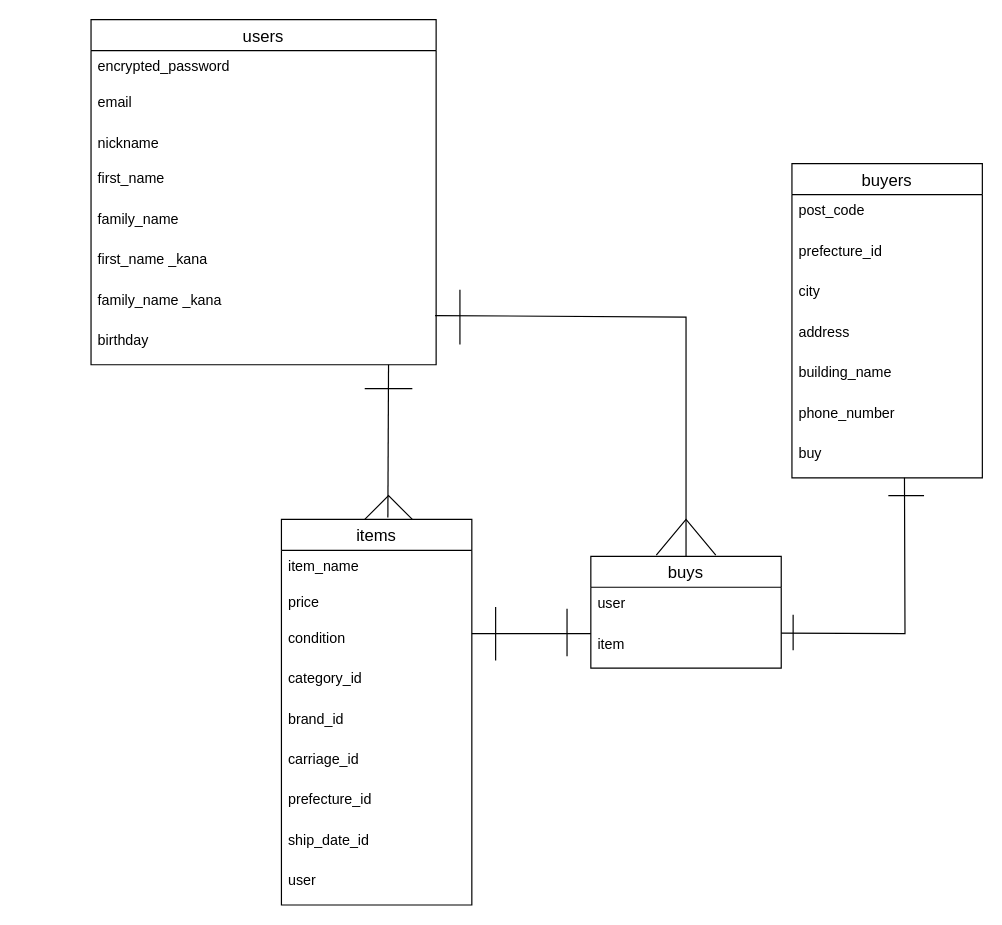
Before: page "ページ1" (1 of 2) of furima.dio in Ishibashi-naoki1/furima-35187, a draw.io diagram. Source tidied: cells renumbered, new cells numbered last; positions are measured from the earlier drawing's top-left corner, leaving out a move shared by most shapes. Both pictures are drawn from the tidied source at 119%, with x=0, y=0 at pixel (90, 19).
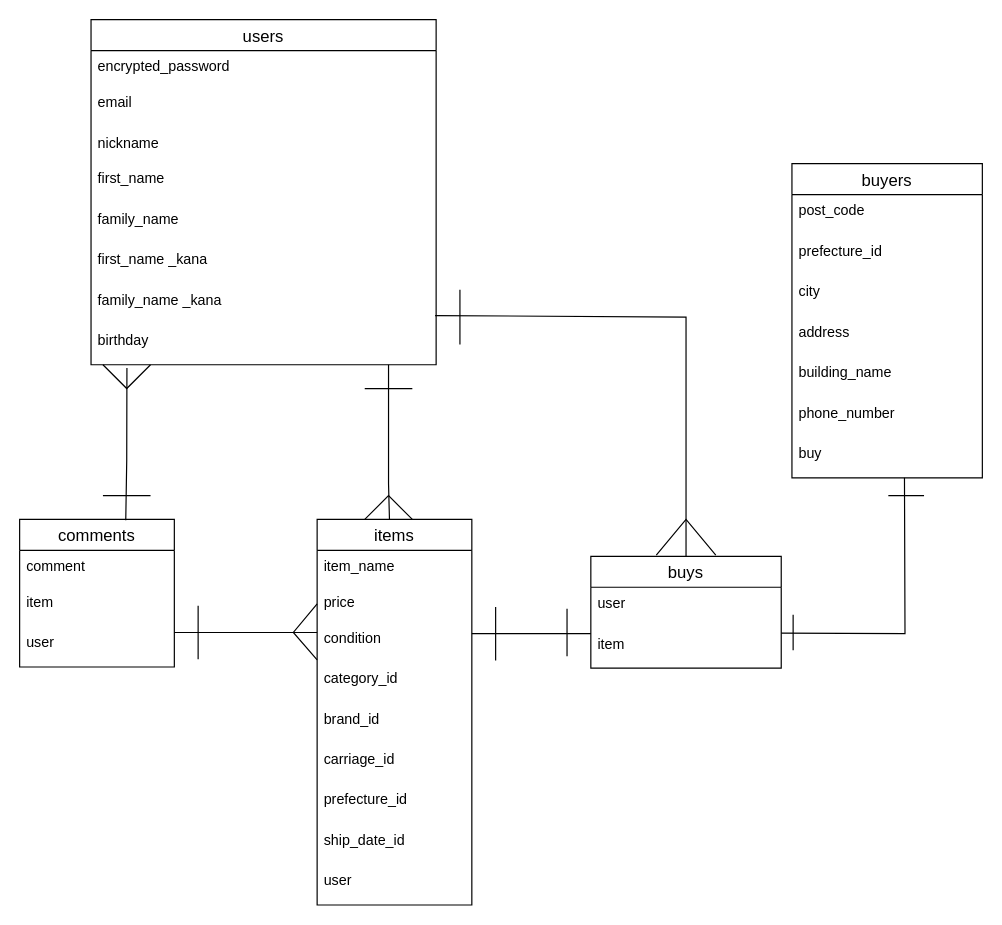
The same diagram, later.

Unchanged cells that the change refers to:
```xml
<mxCell id="10" value="birthday" style="text;strokeColor=none;fillColor=none;spacingLeft=4;spacingRight=4;overflow=hidden;points=[[0,0.5],[1,0.5]];portConstraint=eastwest;fontSize=12;" parent="2" vertex="1">
  <mxGeometry y="256" width="290" height="34" as="geometry" />
</mxCell>
```

The edit, as a diff of the source:
```diff
@@
     <mxCell id="12" value="items" style="swimlane;fontStyle=0;horizontal=1;startSize=26;align=center;fontSize=14;" parent="1" vertex="1">
-      <mxGeometry x="160" y="420" width="160" height="324" as="geometry" />
+      <mxGeometry x="190" y="420" width="130" height="324" as="geometry" />
     </mxCell>
     <mxCell id="13" value="item_name" style="text;strokeColor=none;fillColor=none;spacingLeft=4;spacingRight=4;overflow=hidden;fontSize=12;" parent="12" vertex="1">
-      <mxGeometry y="26" width="160" height="30" as="geometry" />
+      <mxGeometry y="26" width="130" height="30" as="geometry" />
     </mxCell>
     <mxCell id="14" value="price" style="text;strokeColor=none;fillColor=none;spacingLeft=4;spacingRight=4;overflow=hidden;points=[[0,0.5],[1,0.5]];portConstraint=eastwest;fontSize=12;" parent="12" vertex="1">
-      <mxGeometry y="56" width="160" height="30" as="geometry" />
+      <mxGeometry y="56" width="130" height="30" as="geometry" />
     </mxCell>
     <mxCell id="15" value="condition" style="text;strokeColor=none;fillColor=none;spacingLeft=4;spacingRight=4;overflow=hidden;fontSize=12;" parent="12" vertex="1">
-      <mxGeometry y="86" width="160" height="34" as="geometry" />
+      <mxGeometry y="86" width="130" height="34" as="geometry" />
     </mxCell>
     <mxCell id="16" value="category_id" style="text;strokeColor=none;fillColor=none;spacingLeft=4;spacingRight=4;overflow=hidden;fontSize=12;" parent="12" vertex="1">
-      <mxGeometry y="120" width="160" height="34" as="geometry" />
+      <mxGeometry y="120" width="130" height="34" as="geometry" />
     </mxCell>
     <mxCell id="17" value="brand_id" style="text;strokeColor=none;fillColor=none;spacingLeft=4;spacingRight=4;overflow=hidden;fontSize=12;" parent="12" vertex="1">
-      <mxGeometry y="154" width="160" height="34" as="geometry" />
+      <mxGeometry y="154" width="130" height="34" as="geometry" />
     </mxCell>
     <mxCell id="18" value="carriage_id" style="text;strokeColor=none;fillColor=none;spacingLeft=4;spacingRight=4;overflow=hidden;fontSize=12;" parent="12" vertex="1">
-      <mxGeometry y="188" width="160" height="34" as="geometry" />
+      <mxGeometry y="188" width="130" height="34" as="geometry" />
     </mxCell>
     <mxCell id="19" value="prefecture_id" style="text;strokeColor=none;fillColor=none;spacingLeft=4;spacingRight=4;overflow=hidden;fontSize=12;" parent="12" vertex="1">
-      <mxGeometry y="222" width="160" height="34" as="geometry" />
+      <mxGeometry y="222" width="130" height="34" as="geometry" />
     </mxCell>
     <mxCell id="20" value="ship_date_id" style="text;strokeColor=none;fillColor=none;spacingLeft=4;spacingRight=4;overflow=hidden;fontSize=12;" parent="12" vertex="1">
-      <mxGeometry y="256" width="160" height="34" as="geometry" />
+      <mxGeometry y="256" width="130" height="34" as="geometry" />
     </mxCell>
     <mxCell id="21" value="user" style="text;strokeColor=none;fillColor=none;spacingLeft=4;spacingRight=4;overflow=hidden;fontSize=12;" parent="12" vertex="1">
-      <mxGeometry y="290" width="160" height="34" as="geometry" />
+      <mxGeometry y="290" width="130" height="34" as="geometry" />
     </mxCell>
+    <mxCell id="44" style="endArrow=none;html=1;rounded=0;entryX=0;entryY=0.5;entryDx=0;entryDy=0;" parent="12" edge="1" target="14">
+      <mxGeometry relative="1" as="geometry">
+        <mxPoint y="118" as="sourcePoint" />
+        <Array as="points">
+          <mxPoint x="-20" y="95" />
+        </Array>
+      </mxGeometry>
+    </mxCell>
@@
-    <mxCell id="34" style="endArrow=none;html=1;rounded=0;exitX=0.559;exitY=-0.005;exitDx=0;exitDy=0;exitPerimeter=0;" parent="1" edge="1" source="12">
+    <mxCell id="34" style="endArrow=none;html=1;rounded=0;" parent="1" edge="1" source="12">
       <mxGeometry relative="1" as="geometry">
         <mxPoint x="250" y="290" as="targetPoint" />
+        <Array as="points">
+          <mxPoint x="250" y="390" />
+        </Array>
       </mxGeometry>
     </mxCell>
@@
+    <mxCell id="45" value="comments" style="swimlane;fontStyle=0;horizontal=1;startSize=26;align=center;fontSize=14;" parent="1" vertex="1">
+      <mxGeometry x="-60" y="420" width="130" height="124" as="geometry" />
+    </mxCell>
+    <mxCell id="46" value="comment" style="text;strokeColor=none;fillColor=none;spacingLeft=4;spacingRight=4;overflow=hidden;fontSize=12;" parent="45" vertex="1">
+      <mxGeometry y="26" width="130" height="30" as="geometry" />
+    </mxCell>
+    <mxCell id="47" value="item" style="text;strokeColor=none;fillColor=none;spacingLeft=4;spacingRight=4;overflow=hidden;fontSize=12;" parent="45" vertex="1">
+      <mxGeometry y="56" width="130" height="34" as="geometry" />
+    </mxCell>
+    <mxCell id="48" value="user" style="text;strokeColor=none;fillColor=none;spacingLeft=4;spacingRight=4;overflow=hidden;fontSize=12;" parent="45" vertex="1">
+      <mxGeometry y="90" width="130" height="34" as="geometry" />
+    </mxCell>
+    <mxCell id="49" style="endArrow=none;html=1;rounded=0;" parent="1" edge="1">
+      <mxGeometry relative="1" as="geometry">
+        <mxPoint x="90" y="492.5" as="sourcePoint" />
+        <mxPoint x="90" y="537.5" as="targetPoint" />
+        <Array as="points">
+          <mxPoint x="90" y="516.5" />
+        </Array>
+      </mxGeometry>
+    </mxCell>
+    <mxCell id="50" style="line;strokeWidth=1;dashed=0;labelPosition=right;align=left;verticalAlign=middle;spacingTop=0;spacingLeft=6;" parent="1" vertex="1">
+      <mxGeometry x="70" y="510" width="120" height="10" as="geometry" />
+    </mxCell>
+    <mxCell id="51" style="endArrow=none;html=1;rounded=0;exitX=0.104;exitY=1.079;exitDx=0;exitDy=0;exitPerimeter=0;entryX=0.686;entryY=0.006;entryDx=0;entryDy=0;entryPerimeter=0;" parent="1" edge="1" source="10" target="45">
+      <mxGeometry relative="1" as="geometry">
+        <Array as="points">
+          <mxPoint x="30" y="370" />
+        </Array>
+      </mxGeometry>
+    </mxCell>
+    <mxCell id="52" style="endArrow=none;html=1;rounded=0;" parent="1" edge="1">
+      <mxGeometry relative="1" as="geometry">
+        <mxPoint x="10" y="290" as="sourcePoint" />
+        <mxPoint x="50" y="290" as="targetPoint" />
+        <Array as="points">
+          <mxPoint x="30" y="310" />
+          <mxPoint x="50" y="290" />
+        </Array>
+      </mxGeometry>
+    </mxCell>
+    <mxCell id="53" style="endArrow=none;html=1;rounded=0;" parent="1" edge="1">
+      <mxGeometry relative="1" as="geometry">
+        <mxPoint x="10" y="400" as="sourcePoint" />
+        <mxPoint x="50" y="400" as="targetPoint" />
+        <Array as="points">
+          <mxPoint x="50" y="400" />
+        </Array>
+      </mxGeometry>
+    </mxCell>
```
